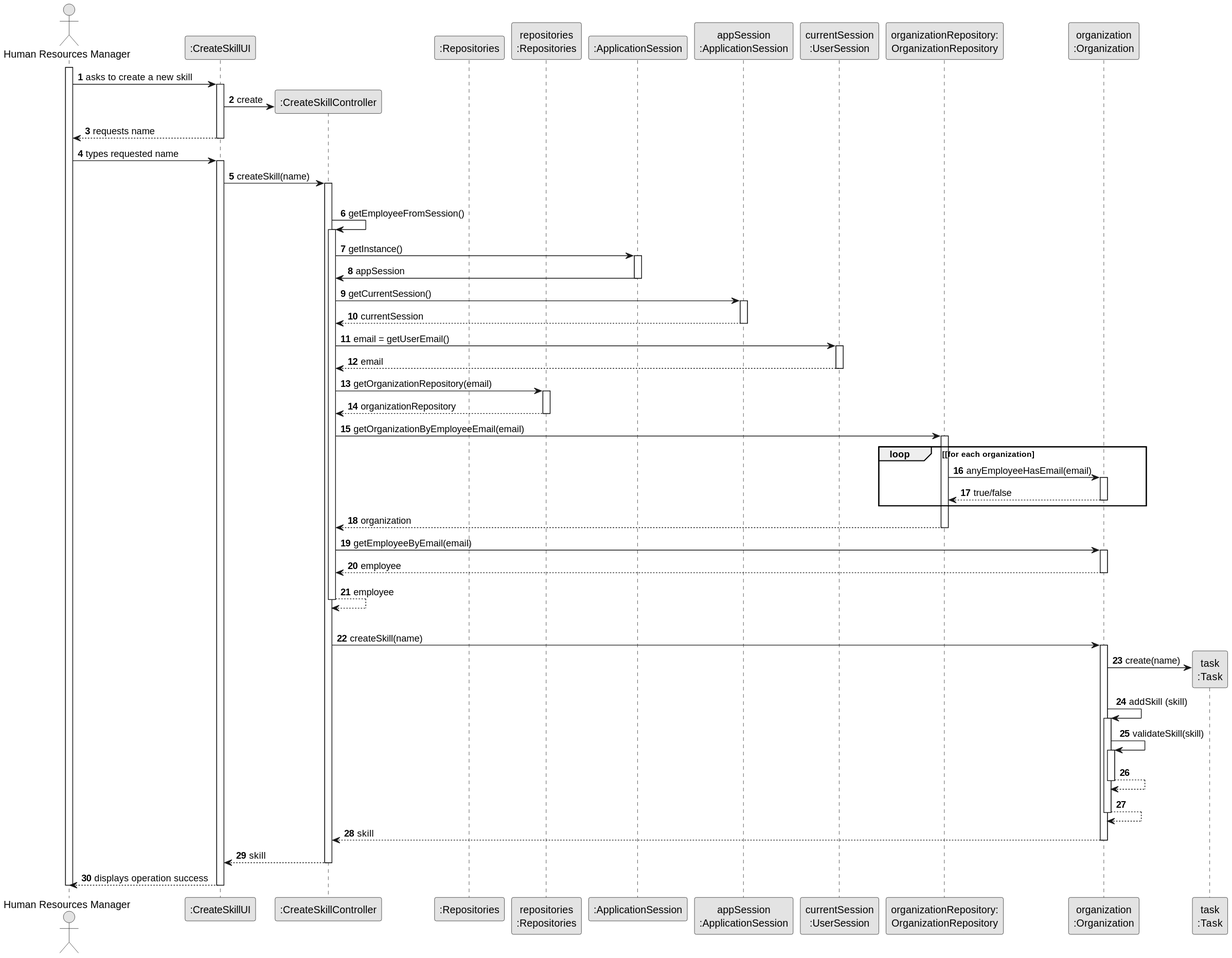
tiagosoa/lei-24-s2-1dgh-g073 keeps this PlantUML diagram as docs/sprint2/us001/03.design/svg/us001-sequence-diagram-full.svg. Above is the earlier version.
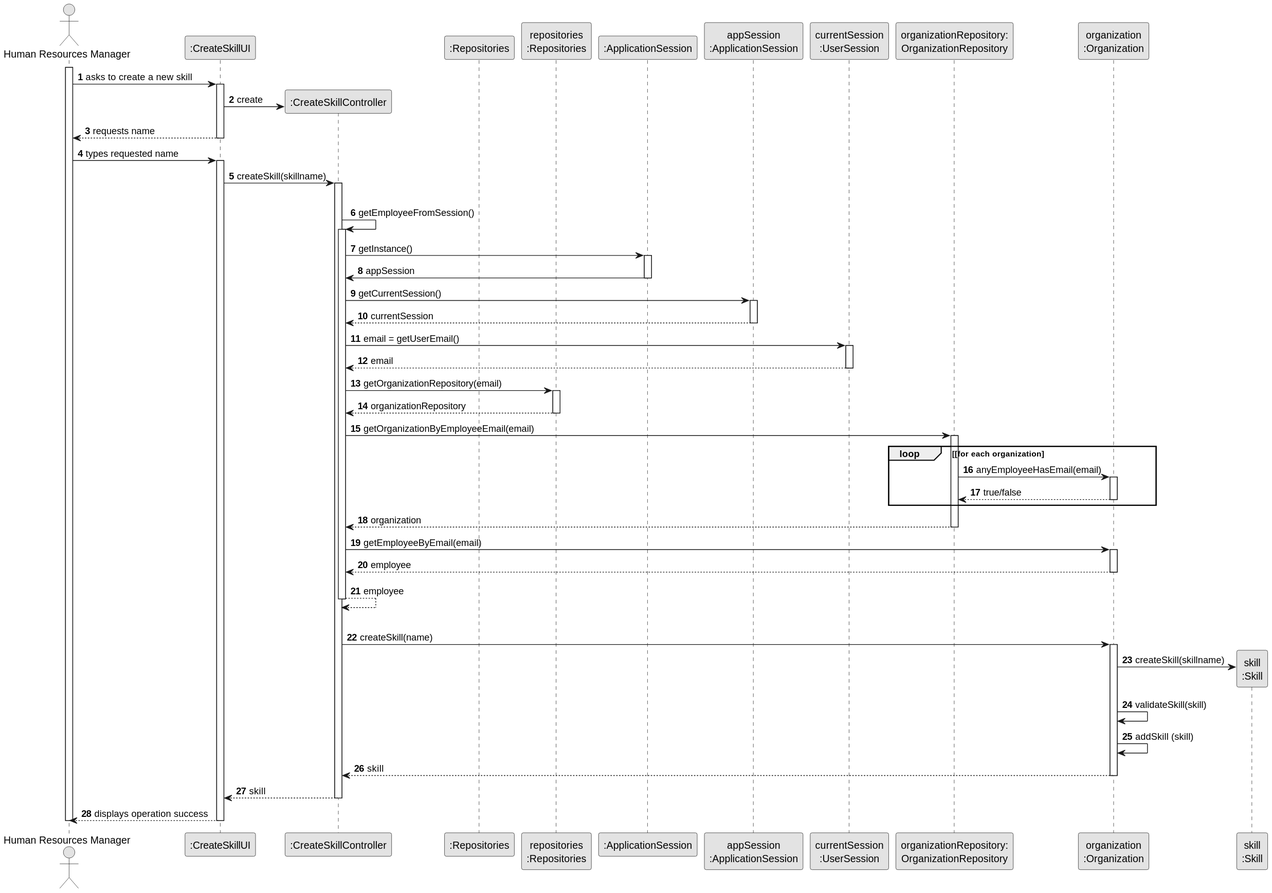
After the commit.

The edit, as a diff of the source:
```diff
@@ -15,7 +15,7 @@
 participant "currentSession\n:UserSession" as SESSAO
 participant "organizationRepository:\nOrganizationRepository" as OrganizationRepository
 participant "organization\n:Organization" as ORG
-participant "task\n:Task" as TAREFA
+participant "skill\n:Skill" as HABILIDADE
 
 activate ADM
 
@@ -32,7 +32,7 @@
     ADM -> UI : types requested name
     activate UI
 
-        UI -> CTRL : createSkill(name)
+        UI -> CTRL : createSkill(skillname)
         activate CTRL
 
             |||
@@ -91,18 +91,12 @@
             CTRL -> ORG: createSkill(name)
             activate ORG
 
-                ORG -> TAREFA**: create(name)
+                ORG -> HABILIDADE**: createSkill(skillname)
+
+                ORG -> ORG: validateSkill(skill)
+
                 ORG -> ORG: addSkill (skill)
 
-
-                activate ORG
-                    ORG -> ORG: validateSkill(skill)
-                    activate ORG
-                        ORG --> ORG
-                    deactivate ORG
-
-                    ORG --> ORG
-                deactivate ORG
 
                 ORG --> CTRL : skill
 
```
